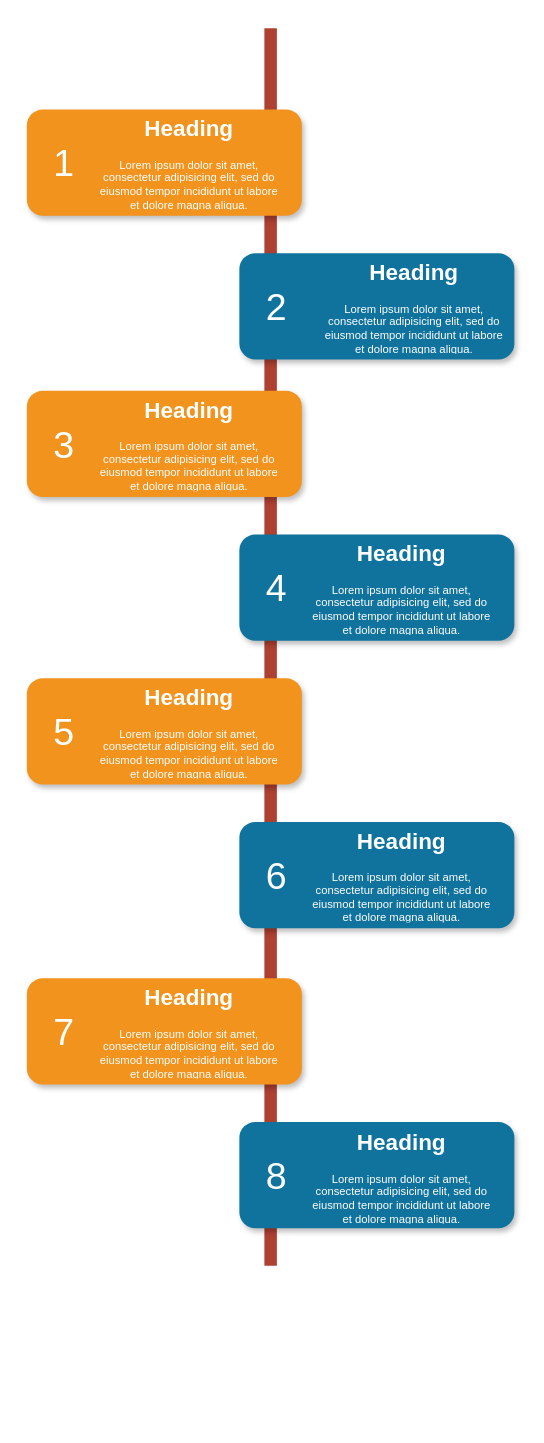
lilitoones/ejercicios-open-bootcamp keeps this draw.io diagram as Diagrama sin título.drawio. Above is the earlier version. Source tidied: cells renumbered, new cells numbered last; positions are measured from the earlier drawing's top-left corner, leaving out a move shared by most shapes. Both pictures are drawn from the tidied source at 125%, with x=0, y=0 at pixel (26, 28).
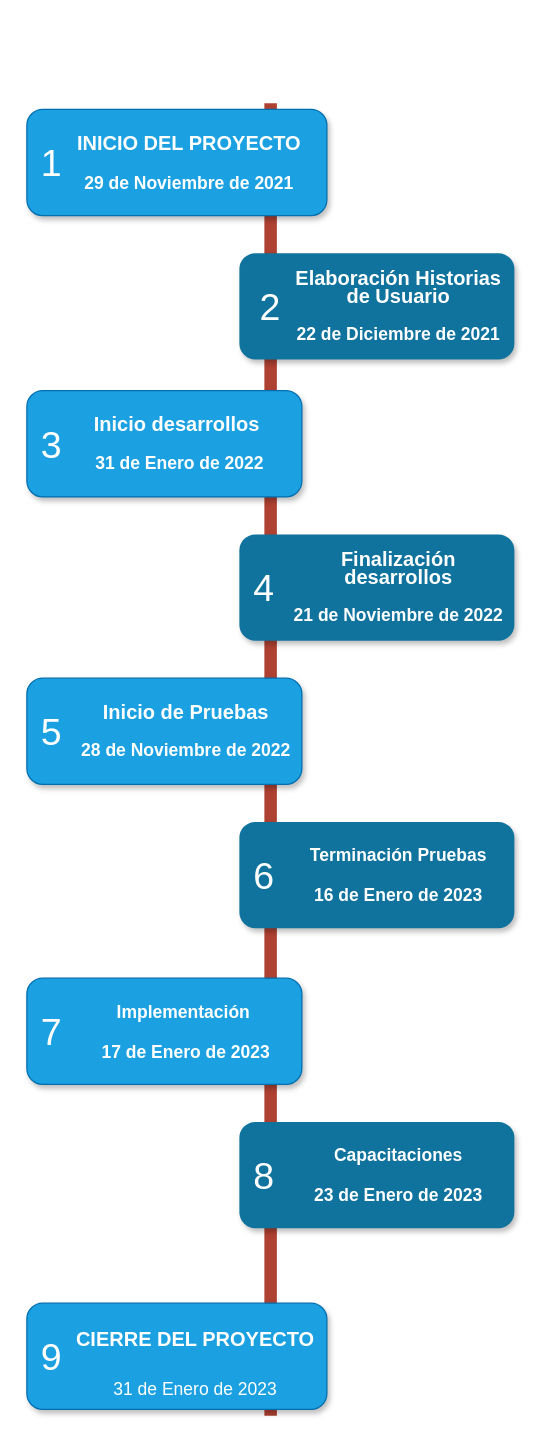
Above is the later version.

The edit, as a diff of the source:
```diff
@@
     <mxCell id="2" style="line;strokeWidth=10;direction=south;html=1;fillColor=none;fontSize=13;fontColor=#000000;align=center;strokeColor=#AE4132;" parent="1" vertex="1">
-      <mxGeometry x="190" width="10" height="990" as="geometry" />
+      <mxGeometry x="190" y="60" width="10" height="1050" as="geometry" />
     </mxCell>
-    <mxCell id="3" style="rounded=1;whiteSpace=wrap;html=1;strokeColor=none;strokeWidth=1;fillColor=#F2931E;fontSize=13;fontColor=#FFFFFF;align=center;gradientColor=none;gradientDirection=east;verticalAlign=top;shadow=1;" parent="1" vertex="1">
-      <mxGeometry y="65" width="220" height="85" as="geometry" />
+    <mxCell id="3" style="rounded=1;whiteSpace=wrap;html=1;strokeColor=#006EAF;strokeWidth=1;fillColor=#1ba1e2;fontSize=13;align=center;gradientDirection=east;verticalAlign=top;shadow=1;fontColor=#ffffff;" parent="1" vertex="1">
+      <mxGeometry y="65" width="240" height="85" as="geometry" />
     </mxCell>
     <mxCell id="4" value="1" style="text;html=1;strokeColor=none;fillColor=none;align=center;verticalAlign=middle;whiteSpace=wrap;fontSize=30;fontColor=#FFFFFF;" parent="1" vertex="1">
-      <mxGeometry x="10" y="98" width="40" height="20" as="geometry" />
+      <mxGeometry y="97.5" width="40" height="20" as="geometry" />
     </mxCell>
@@
     <mxCell id="6" value="2" style="text;html=1;strokeColor=none;fillColor=none;align=center;verticalAlign=middle;whiteSpace=wrap;fontSize=30;fontColor=#FFFFFF;" parent="1" vertex="1">
-      <mxGeometry x="180" y="213" width="40" height="20" as="geometry" />
+      <mxGeometry x="175" y="212.5" width="40" height="20" as="geometry" />
     </mxCell>
-    <mxCell id="7" style="rounded=1;whiteSpace=wrap;html=1;strokeColor=none;strokeWidth=1;fillColor=#F2931E;fontSize=13;fontColor=#FFFFFF;align=center;gradientColor=none;gradientDirection=east;verticalAlign=top;shadow=1;" parent="1" vertex="1">
+    <mxCell id="7" style="rounded=1;whiteSpace=wrap;html=1;strokeColor=#006EAF;strokeWidth=1;fillColor=#1ba1e2;fontSize=13;align=center;gradientDirection=east;verticalAlign=top;shadow=1;fontColor=#ffffff;" parent="1" vertex="1">
       <mxGeometry y="290" width="220" height="85" as="geometry" />
     </mxCell>
     <mxCell id="8" value="3" style="text;html=1;strokeColor=none;fillColor=none;align=center;verticalAlign=middle;whiteSpace=wrap;fontSize=30;fontColor=#FFFFFF;" parent="1" vertex="1">
-      <mxGeometry x="10" y="323" width="40" height="20" as="geometry" />
+      <mxGeometry y="322.5" width="40" height="20" as="geometry" />
     </mxCell>
@@
     <mxCell id="10" value="4" style="text;html=1;strokeColor=none;fillColor=none;align=center;verticalAlign=middle;whiteSpace=wrap;fontSize=30;fontColor=#FFFFFF;" parent="1" vertex="1">
-      <mxGeometry x="180" y="438" width="40" height="20" as="geometry" />
+      <mxGeometry x="170" y="437.5" width="40" height="20" as="geometry" />
     </mxCell>
-    <mxCell id="11" style="rounded=1;whiteSpace=wrap;html=1;strokeColor=none;strokeWidth=1;fillColor=#F2931E;fontSize=13;fontColor=#FFFFFF;align=center;gradientColor=none;gradientDirection=east;verticalAlign=top;shadow=1;" parent="1" vertex="1">
+    <mxCell id="11" style="rounded=1;whiteSpace=wrap;html=1;strokeColor=#006EAF;strokeWidth=1;fillColor=#1ba1e2;fontSize=13;align=center;gradientDirection=east;verticalAlign=top;shadow=1;fontColor=#ffffff;" parent="1" vertex="1">
       <mxGeometry y="520" width="220" height="85" as="geometry" />
     </mxCell>
     <mxCell id="12" value="5" style="text;html=1;strokeColor=none;fillColor=none;align=center;verticalAlign=middle;whiteSpace=wrap;fontSize=30;fontColor=#FFFFFF;" parent="1" vertex="1">
-      <mxGeometry x="10" y="553" width="40" height="20" as="geometry" />
+      <mxGeometry y="552.5" width="40" height="20" as="geometry" />
     </mxCell>
@@
     <mxCell id="14" value="6" style="text;html=1;strokeColor=none;fillColor=none;align=center;verticalAlign=middle;whiteSpace=wrap;fontSize=30;fontColor=#FFFFFF;" parent="1" vertex="1">
-      <mxGeometry x="180" y="668" width="40" height="20" as="geometry" />
+      <mxGeometry x="170" y="667.5" width="40" height="20" as="geometry" />
     </mxCell>
-    <mxCell id="15" style="rounded=1;whiteSpace=wrap;html=1;strokeColor=none;strokeWidth=1;fillColor=#F2931E;fontSize=13;fontColor=#FFFFFF;align=center;gradientColor=none;gradientDirection=east;verticalAlign=top;shadow=1;" parent="1" vertex="1">
+    <mxCell id="15" style="rounded=1;whiteSpace=wrap;html=1;strokeColor=#006EAF;strokeWidth=1;fillColor=#1ba1e2;fontSize=13;align=center;gradientDirection=east;verticalAlign=top;shadow=1;fontColor=#ffffff;" parent="1" vertex="1">
       <mxGeometry y="760" width="220" height="85" as="geometry" />
     </mxCell>
     <mxCell id="16" value="7" style="text;html=1;strokeColor=none;fillColor=none;align=center;verticalAlign=middle;whiteSpace=wrap;fontSize=30;fontColor=#FFFFFF;" parent="1" vertex="1">
-      <mxGeometry x="10" y="793" width="40" height="20" as="geometry" />
+      <mxGeometry y="792.5" width="40" height="20" as="geometry" />
     </mxCell>
@@
     <mxCell id="18" value="8" style="text;html=1;strokeColor=none;fillColor=none;align=center;verticalAlign=middle;whiteSpace=wrap;fontSize=30;fontColor=#FFFFFF;" parent="1" vertex="1">
-      <mxGeometry x="180" y="908" width="40" height="20" as="geometry" />
+      <mxGeometry x="170" y="907.5" width="40" height="20" as="geometry" />
     </mxCell>
-    <mxCell id="19" value="&lt;h1&gt;Heading&lt;/h1&gt;&lt;p&gt;Lorem ipsum dolor sit amet, consectetur adipisicing elit, sed do eiusmod tempor incididunt ut labore et dolore magna aliqua.&lt;/p&gt;" style="text;html=1;spacing=5;spacingTop=-20;whiteSpace=wrap;overflow=hidden;strokeColor=none;strokeWidth=4;fillColor=none;gradientColor=#007FFF;fontSize=9;fontColor=#FFFFFF;align=center;" parent="1" vertex="1">
-      <mxGeometry x="50" y="69" width="160" height="77" as="geometry" />
+    <mxCell id="19" value="&lt;h1&gt;&lt;font style=&quot;vertical-align: inherit; font-size: 16px;&quot;&gt;INICIO DEL PROYECTO&lt;/font&gt;&lt;/h1&gt;&lt;div&gt;&lt;font size=&quot;1&quot; style=&quot;vertical-align: inherit;&quot;&gt;&lt;b style=&quot;&quot;&gt;&lt;font style=&quot;vertical-align: inherit; font-size: 14px;&quot;&gt;29 de Noviembre de 2021&lt;/font&gt;&lt;/b&gt;&lt;/font&gt;&lt;/div&gt;" style="text;html=1;spacing=5;spacingTop=-20;whiteSpace=wrap;overflow=hidden;strokeColor=none;strokeWidth=4;fillColor=none;gradientColor=#007FFF;fontSize=9;fontColor=#FFFFFF;align=center;" parent="1" vertex="1">
+      <mxGeometry x="35" y="80" width="190" height="77" as="geometry" />
     </mxCell>
-    <mxCell id="20" value="&lt;h1&gt;Heading&lt;/h1&gt;&lt;p&gt;Lorem ipsum dolor sit amet, consectetur adipisicing elit, sed do eiusmod tempor incididunt ut labore et dolore magna aliqua.&lt;/p&gt;" style="text;html=1;spacing=5;spacingTop=-20;whiteSpace=wrap;overflow=hidden;strokeColor=none;strokeWidth=4;fillColor=none;gradientColor=#007FFF;fontSize=9;fontColor=#FFFFFF;align=center;" parent="1" vertex="1">
-      <mxGeometry x="230" y="184" width="160" height="77" as="geometry" />
-    </mxCell>
-    <mxCell id="21" value="&lt;h1&gt;Heading&lt;/h1&gt;&lt;p&gt;Lorem ipsum dolor sit amet, consectetur adipisicing elit, sed do eiusmod tempor incididunt ut labore et dolore magna aliqua.&lt;/p&gt;" style="text;html=1;spacing=5;spacingTop=-20;whiteSpace=wrap;overflow=hidden;strokeColor=none;strokeWidth=4;fillColor=none;gradientColor=#007FFF;fontSize=9;fontColor=#FFFFFF;align=center;" parent="1" vertex="1">
-      <mxGeometry x="50" y="294" width="160" height="77" as="geometry" />
-    </mxCell>
-    <mxCell id="22" value="&lt;h1&gt;Heading&lt;/h1&gt;&lt;p&gt;Lorem ipsum dolor sit amet, consectetur adipisicing elit, sed do eiusmod tempor incididunt ut labore et dolore magna aliqua.&lt;/p&gt;" style="text;html=1;spacing=5;spacingTop=-20;whiteSpace=wrap;overflow=hidden;strokeColor=none;strokeWidth=4;fillColor=none;gradientColor=#007FFF;fontSize=9;fontColor=#FFFFFF;align=center;" parent="1" vertex="1">
-      <mxGeometry x="220" y="409" width="160" height="77" as="geometry" />
-    </mxCell>
-    <mxCell id="23" value="&lt;h1&gt;Heading&lt;/h1&gt;&lt;p&gt;Lorem ipsum dolor sit amet, consectetur adipisicing elit, sed do eiusmod tempor incididunt ut labore et dolore magna aliqua.&lt;/p&gt;" style="text;html=1;spacing=5;spacingTop=-20;whiteSpace=wrap;overflow=hidden;strokeColor=none;strokeWidth=4;fillColor=none;gradientColor=#007FFF;fontSize=9;fontColor=#FFFFFF;align=center;" parent="1" vertex="1">
-      <mxGeometry x="50" y="524" width="160" height="77" as="geometry" />
-    </mxCell>
-    <mxCell id="24" value="&lt;h1&gt;Heading&lt;/h1&gt;&lt;p&gt;Lorem ipsum dolor sit amet, consectetur adipisicing elit, sed do eiusmod tempor incididunt ut labore et dolore magna aliqua.&lt;/p&gt;" style="text;html=1;spacing=5;spacingTop=-20;whiteSpace=wrap;overflow=hidden;strokeColor=none;strokeWidth=4;fillColor=none;gradientColor=#007FFF;fontSize=9;fontColor=#FFFFFF;align=center;" parent="1" vertex="1">
-      <mxGeometry x="220" y="639" width="160" height="77" as="geometry" />
-    </mxCell>
-    <mxCell id="25" value="&lt;h1&gt;Heading&lt;/h1&gt;&lt;p&gt;Lorem ipsum dolor sit amet, consectetur adipisicing elit, sed do eiusmod tempor incididunt ut labore et dolore magna aliqua.&lt;/p&gt;" style="text;html=1;spacing=5;spacingTop=-20;whiteSpace=wrap;overflow=hidden;strokeColor=none;strokeWidth=4;fillColor=none;gradientColor=#007FFF;fontSize=9;fontColor=#FFFFFF;align=center;" parent="1" vertex="1">
-      <mxGeometry x="50" y="764" width="160" height="77" as="geometry" />
-    </mxCell>
-    <mxCell id="26" value="&lt;h1&gt;Heading&lt;/h1&gt;&lt;p&gt;Lorem ipsum dolor sit amet, consectetur adipisicing elit, sed do eiusmod tempor incididunt ut labore et dolore magna aliqua.&lt;/p&gt;" style="text;html=1;spacing=5;spacingTop=-20;whiteSpace=wrap;overflow=hidden;strokeColor=none;strokeWidth=4;fillColor=none;gradientColor=#007FFF;fontSize=9;fontColor=#FFFFFF;align=center;" parent="1" vertex="1">
-      <mxGeometry x="220" y="880" width="160" height="77" as="geometry" />
-    </mxCell>
+    <mxCell id="27" style="rounded=1;whiteSpace=wrap;html=1;strokeColor=#006EAF;strokeWidth=1;fillColor=#1ba1e2;fontSize=13;align=center;gradientDirection=east;verticalAlign=top;shadow=1;fontColor=#ffffff;" parent="1" vertex="1">
+      <mxGeometry y="1020" width="240" height="85" as="geometry" />
+    </mxCell>
+    <mxCell id="28" value="&lt;h1 style=&quot;&quot;&gt;&lt;span style=&quot;font-size: 16px;&quot;&gt;CIERRE DEL PROYECTO&lt;/span&gt;&lt;/h1&gt;&lt;p style=&quot;font-size: 14px;&quot;&gt;31 de Enero de 2023&lt;/p&gt;" style="text;html=1;spacing=5;spacingTop=-20;whiteSpace=wrap;overflow=hidden;strokeColor=none;strokeWidth=4;fillColor=none;gradientColor=#007FFF;fontSize=14;fontColor=#FFFFFF;align=center;" parent="1" vertex="1">
+      <mxGeometry x="35" y="1020" width="200" height="77" as="geometry" />
+    </mxCell>
+    <mxCell id="29" value="9" style="text;html=1;strokeColor=none;fillColor=none;align=center;verticalAlign=middle;whiteSpace=wrap;fontSize=30;fontColor=#FFFFFF;" parent="1" vertex="1">
+      <mxGeometry y="1052.5" width="40" height="20" as="geometry" />
+    </mxCell>
+    <mxCell id="30" value="&lt;p style=&quot;line-height: 0.9;&quot;&gt;Elaboración Historias de Usuario&lt;br&gt;&lt;font style=&quot;font-size: 14px; line-height: 1.1;&quot;&gt;&lt;br&gt;22 de Diciembre de 2021&lt;/font&gt;&lt;/p&gt;" style="text;html=1;strokeColor=none;fillColor=none;align=center;verticalAlign=middle;whiteSpace=wrap;rounded=0;fontSize=16;fontStyle=1;fontColor=#FFFFFF;" parent="1" vertex="1">
+      <mxGeometry x="210" y="207.5" width="175" height="30" as="geometry" />
+    </mxCell>
+    <mxCell id="31" value="&lt;p style=&quot;line-height: 0.9;&quot;&gt;Inicio desarrollos&amp;nbsp;&lt;br&gt;&lt;font style=&quot;font-size: 14px; line-height: 1.1;&quot;&gt;&lt;br&gt;31 de Enero de 2022&lt;/font&gt;&lt;/p&gt;" style="text;html=1;strokeColor=none;fillColor=none;align=center;verticalAlign=middle;whiteSpace=wrap;rounded=0;fontSize=16;fontStyle=1;fontColor=#FFFFFF;" parent="1" vertex="1">
+      <mxGeometry x="35" y="317.5" width="175" height="30" as="geometry" />
+    </mxCell>
+    <mxCell id="32" value="&lt;p style=&quot;line-height: 0.9;&quot;&gt;Finalización desarrollos&lt;br&gt;&lt;font style=&quot;font-size: 14px; line-height: 1.1;&quot;&gt;&lt;br&gt;21 de Noviembre de 2022&lt;/font&gt;&lt;/p&gt;" style="text;html=1;strokeColor=none;fillColor=none;align=center;verticalAlign=middle;whiteSpace=wrap;rounded=0;fontSize=16;fontStyle=1;fontColor=#FFFFFF;" parent="1" vertex="1">
+      <mxGeometry x="210" y="432.5" width="175" height="30" as="geometry" />
+    </mxCell>
+    <mxCell id="33" value="&lt;p style=&quot;line-height: 0.9;&quot;&gt;Inicio de Pruebas&lt;br&gt;&lt;font style=&quot;font-size: 14px; line-height: 1.1;&quot;&gt;&lt;br&gt;28 de Noviembre de 2022&lt;/font&gt;&lt;/p&gt;" style="text;html=1;strokeColor=none;fillColor=none;align=center;verticalAlign=middle;whiteSpace=wrap;rounded=0;fontSize=16;fontStyle=1;fontColor=#FFFFFF;" parent="1" vertex="1">
+      <mxGeometry x="40" y="547.5" width="175" height="30" as="geometry" />
+    </mxCell>
+    <mxCell id="34" value="&lt;p style=&quot;line-height: 0.9;&quot;&gt;&lt;font style=&quot;font-size: 14px; line-height: 1.1;&quot;&gt;Terminación Pruebas&lt;/font&gt;&lt;/p&gt;&lt;p style=&quot;line-height: 0.9;&quot;&gt;&lt;font style=&quot;font-size: 14px; line-height: 1.1;&quot;&gt;16 de Enero de 2023&lt;/font&gt;&lt;/p&gt;" style="text;html=1;strokeColor=none;fillColor=none;align=center;verticalAlign=middle;whiteSpace=wrap;rounded=0;fontSize=16;fontStyle=1;fontColor=#FFFFFF;" parent="1" vertex="1">
+      <mxGeometry x="210" y="662.5" width="175" height="30" as="geometry" />
+    </mxCell>
+    <mxCell id="35" value="&lt;p style=&quot;line-height: 0.9;&quot;&gt;&lt;font style=&quot;font-size: 14px; line-height: 1.1;&quot;&gt;Implementación&amp;nbsp;&lt;/font&gt;&lt;/p&gt;&lt;p style=&quot;line-height: 0.9;&quot;&gt;&lt;font style=&quot;font-size: 14px; line-height: 1.1;&quot;&gt;17 de Enero de 2023&lt;/font&gt;&lt;/p&gt;" style="text;html=1;strokeColor=none;fillColor=none;align=center;verticalAlign=middle;whiteSpace=wrap;rounded=0;fontSize=16;fontStyle=1;fontColor=#FFFFFF;" parent="1" vertex="1">
+      <mxGeometry x="40" y="787.5" width="175" height="30" as="geometry" />
+    </mxCell>
+    <mxCell id="36" value="&lt;p style=&quot;line-height: 0.9;&quot;&gt;&lt;font style=&quot;font-size: 14px; line-height: 1.1;&quot;&gt;Capacitaciones&lt;/font&gt;&lt;/p&gt;&lt;p style=&quot;line-height: 0.9;&quot;&gt;&lt;font style=&quot;font-size: 14px; line-height: 1.1;&quot;&gt;23 de Enero de 2023&lt;/font&gt;&lt;/p&gt;" style="text;html=1;strokeColor=none;fillColor=none;align=center;verticalAlign=middle;whiteSpace=wrap;rounded=0;fontSize=16;fontStyle=1;fontColor=#FFFFFF;" parent="1" vertex="1">
+      <mxGeometry x="210" y="902.5" width="175" height="30" as="geometry" />
+    </mxCell>
```
